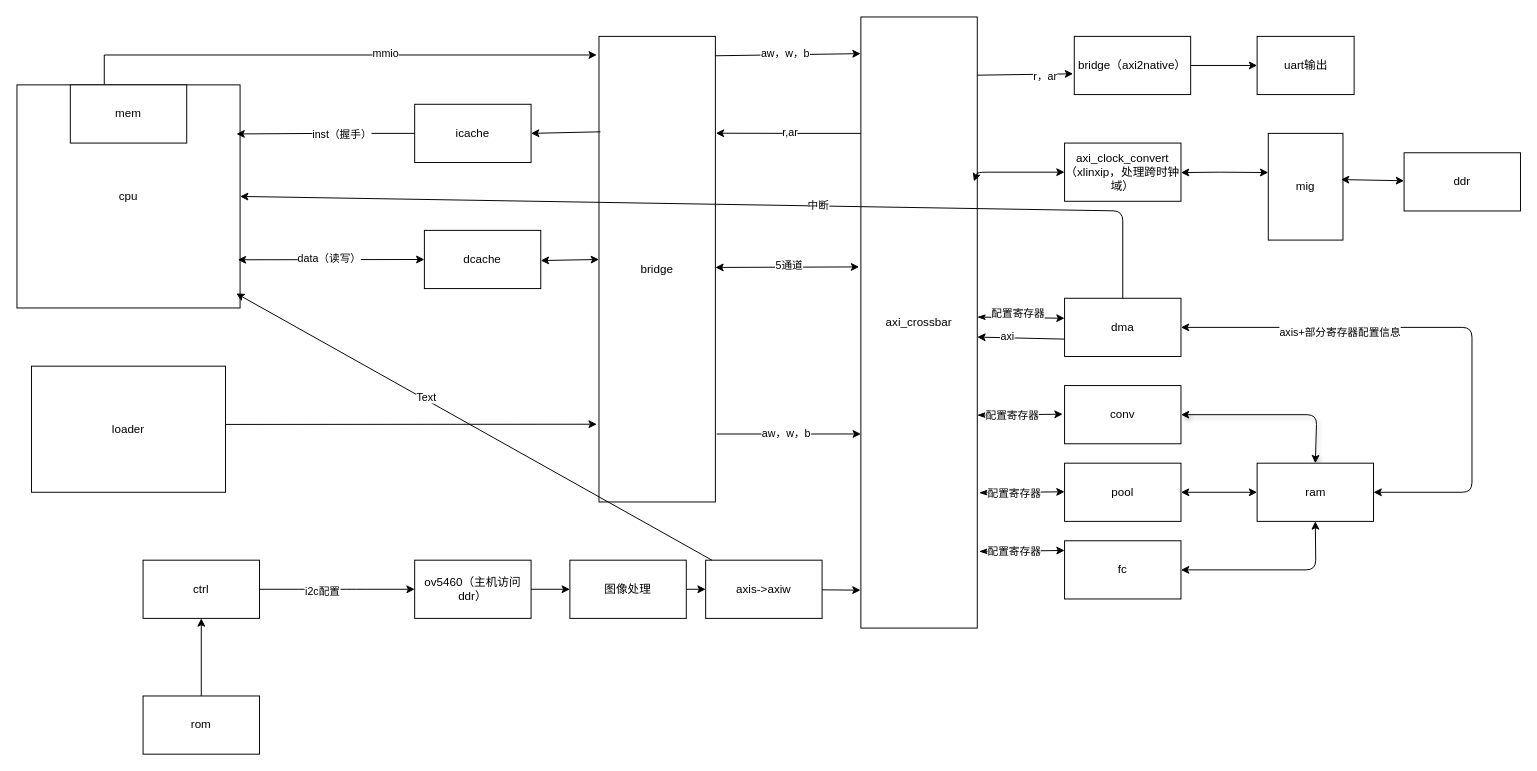
The draw.io diagram architecture diagram/soc架构图.drawio in ssssss-dot/soc_learning, before the edit. Source tidied: cells renumbered, new cells numbered last; positions are measured from the earlier drawing's top-left corner, leaving out a move shared by most shapes. Both pictures are drawn from the tidied source at 97%, with x=0, y=0 at pixel (16, 16).
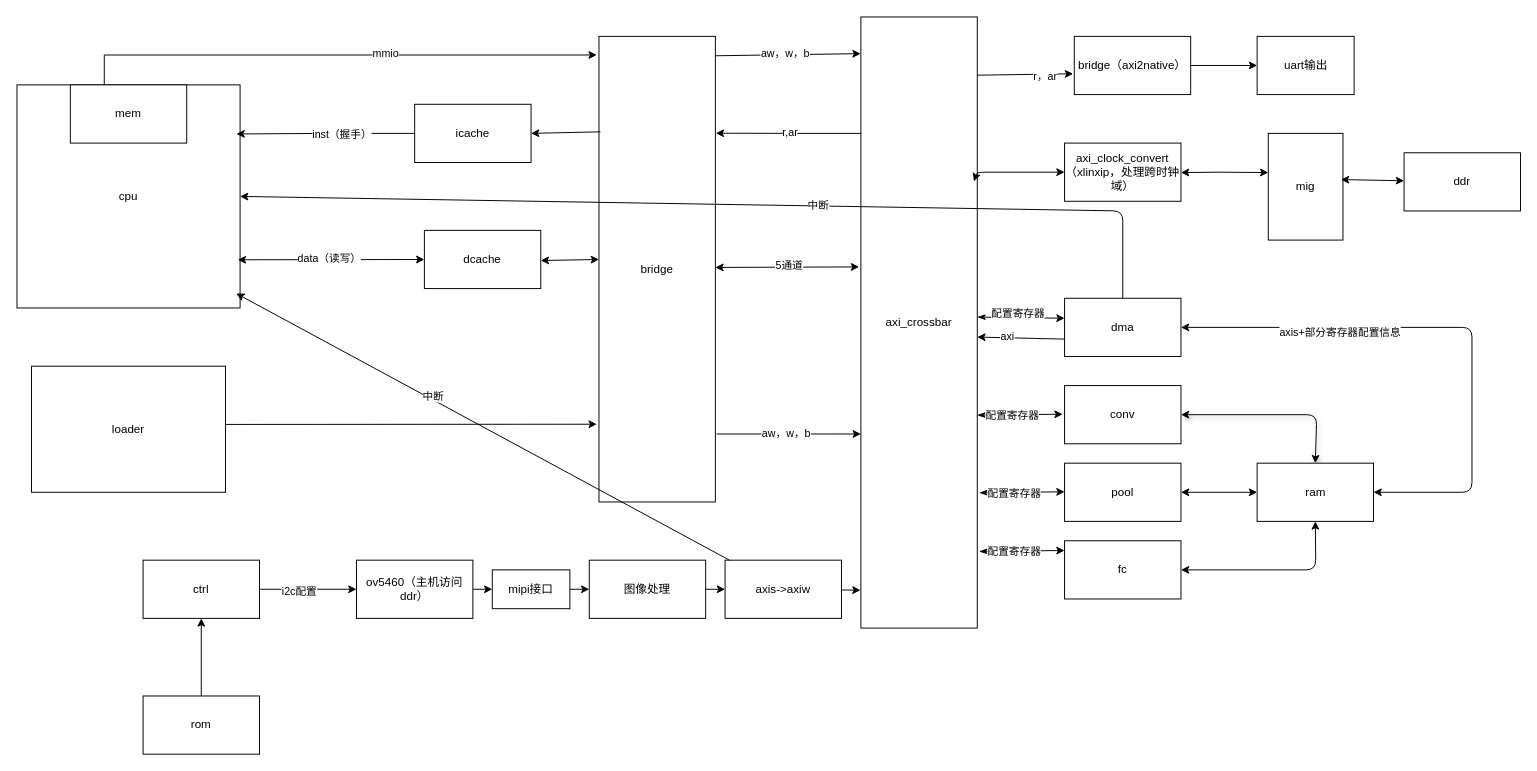
The same page after the edit.

The change refers to these unchanged cells:
```xml
<mxCell id="70" style="edgeStyle=none;html=1;entryX=0.983;entryY=0.935;entryDx=0;entryDy=0;entryPerimeter=0;" parent="1" edge="1" source="67" target="2">
  <mxGeometry relative="1" as="geometry" />
</mxCell>
```

Change to the diagram source:
```diff
@@
-    <mxCell id="59" style="edgeStyle=none;html=1;" parent="1" edge="1" source="60" target="65">
-      <mxGeometry relative="1" as="geometry" />
-    </mxCell>
+    <mxCell id="72" style="edgeStyle=none;html=1;" parent="1" edge="1" source="60" target="74">
+      <mxGeometry relative="1" as="geometry" />
+    </mxCell>
     <mxCell id="60" value="ov5460（主机访问ddr）" style="rounded=0;whiteSpace=wrap;html=1;" parent="1" vertex="1">
-      <mxGeometry x="410" y="560" width="120" height="60" as="geometry" />
+      <mxGeometry x="350" y="560" width="120" height="60" as="geometry" />
     </mxCell>
@@
     <mxCell id="65" value="图像处理" style="rounded=0;whiteSpace=wrap;html=1;" parent="1" vertex="1">
-      <mxGeometry x="570" y="560" width="120" height="60" as="geometry" />
+      <mxGeometry x="590" y="560" width="120" height="60" as="geometry" />
     </mxCell>
@@
     <mxCell id="67" value="axis-&amp;gt;axiw" style="rounded=0;whiteSpace=wrap;html=1;" parent="1" vertex="1">
-      <mxGeometry x="710" y="560" width="120" height="60" as="geometry" />
+      <mxGeometry x="730" y="560" width="120" height="60" as="geometry" />
     </mxCell>
@@
-    <mxCell id="71" value="Text" style="edgeLabel;html=1;align=center;verticalAlign=middle;" parent="70" vertex="1">
+    <mxCell id="71" value="中断" style="edgeLabel;html=1;align=center;verticalAlign=middle;" parent="70" vertex="1">
       <mxGeometry x="0.21" y="-3" relative="1" as="geometry" />
     </mxCell>
+    <mxCell id="73" style="edgeStyle=none;html=1;" parent="1" edge="1" source="74" target="65">
+      <mxGeometry relative="1" as="geometry" />
+    </mxCell>
+    <mxCell id="74" value="mipi接口" style="rounded=0;whiteSpace=wrap;html=1;" parent="1" vertex="1">
+      <mxGeometry x="490" y="570" width="80" height="40" as="geometry" />
+    </mxCell>
```
